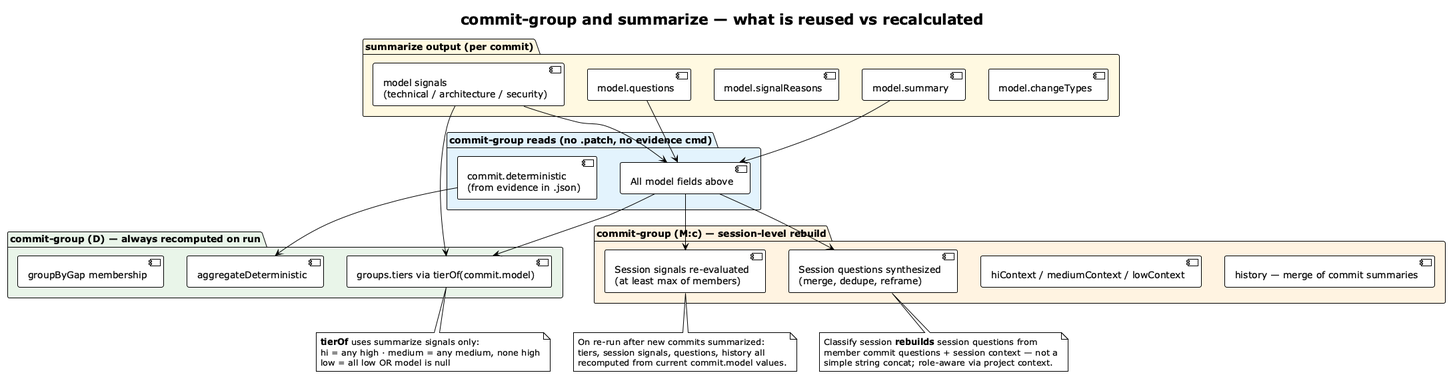
vzakharchenko/dev-workgraph keeps this PlantUML diagram as img/commit-group-summarize-link.png. Above is the earlier version. The source it was exported from:
```plantuml
@startuml commit-group-summarize-link
!theme plain
skinparam shadowing false

title **commit-group** and **summarize** — what is reused vs recalculated

package "**summarize output (per commit)**" #FFF8E1 {
  component "model.summary" as S
  component "model signals\n(technical / architecture / security)" as SIG
  component "model.signalReasons" as SR
  component "model.questions" as Q
  component "model.changeTypes" as CT
}

package "**commit-group reads (no .patch, no evidence cmd)**" #E3F2FD {
  component "commit.deterministic\n(from evidence in .json)" as DET
  component "All model fields above" as READ
}

package "**commit-group (D) — always recomputed on run**" #E8F5E9 {
  component "groupByGap membership" as MEM
  component "aggregateDeterministic" as AGG
  component "groups.tiers via tierOf(commit.model)" as TIER
}

package "**commit-group (M:c) — session-level rebuild**" #FFF3E0 {
  component "Session signals re-evaluated\n(at least max of members)" as GSIG
  component "Session questions synthesized\n(merge, dedupe, reframe)" as GQ
  component "hiContext / mediumContext / lowContext" as CTX
  component "history — merge of commit summaries" as HIST
}

S --> READ
SIG --> READ
Q --> READ

READ --> TIER
READ --> GSIG
READ --> GQ
DET --> AGG
SIG --> TIER

note bottom of TIER
  **tierOf** uses summarize signals only:
  hi = any high · medium = any medium, none high
  low = all low OR model is null
end note

note bottom of GQ
  Classify session **rebuilds** session questions from
  member commit questions + session context — not a
  simple string concat; role-aware via project context.
end note

note bottom of GSIG
  On re-run after new commits summarized:
  tiers, session signals, questions, history all
  recomputed from current commit.model values.
end note

@enduml
```
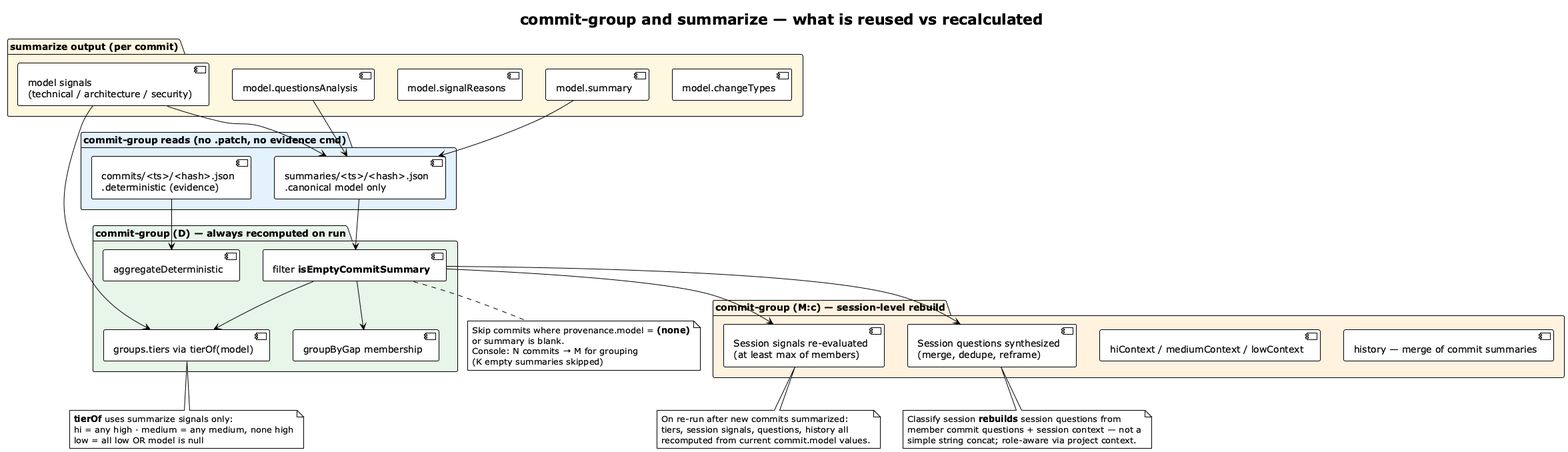
Later version of the same file.

The edit, as a diff of the source:
```diff
@@ -8,19 +8,20 @@
   component "model.summary" as S
   component "model signals\n(technical / architecture / security)" as SIG
   component "model.signalReasons" as SR
-  component "model.questions" as Q
+  component "model.questionsAnalysis" as Q
   component "model.changeTypes" as CT
 }
 
 package "**commit-group reads (no .patch, no evidence cmd)**" #E3F2FD {
-  component "commit.deterministic\n(from evidence in .json)" as DET
-  component "All model fields above" as READ
+  component "commits/<ts>/<hash>.json\n.deterministic (evidence)" as DET
+  component "summaries/<ts>/<hash>.json\n.canonical model only" as READ
 }
 
 package "**commit-group (D) — always recomputed on run**" #E8F5E9 {
+  component "filter **isEmptyCommitSummary**" as FILT
   component "groupByGap membership" as MEM
   component "aggregateDeterministic" as AGG
-  component "groups.tiers via tierOf(commit.model)" as TIER
+  component "groups.tiers via tierOf(model)" as TIER
 }
 
 package "**commit-group (M:c) — session-level rebuild**" #FFF3E0 {
@@ -34,11 +35,20 @@
 SIG --> READ
 Q --> READ
 
-READ --> TIER
-READ --> GSIG
-READ --> GQ
+READ --> FILT
+FILT --> MEM
+FILT --> TIER
+FILT --> GSIG
+FILT --> GQ
 DET --> AGG
 SIG --> TIER
+
+note bottom of FILT
+  Skip commits where provenance.model = **(none)**
+  or summary is blank.
+  Console: N commits → M for grouping
+  (K empty summaries skipped)
+end note
 
 note bottom of TIER
   **tierOf** uses summarize signals only:
```
